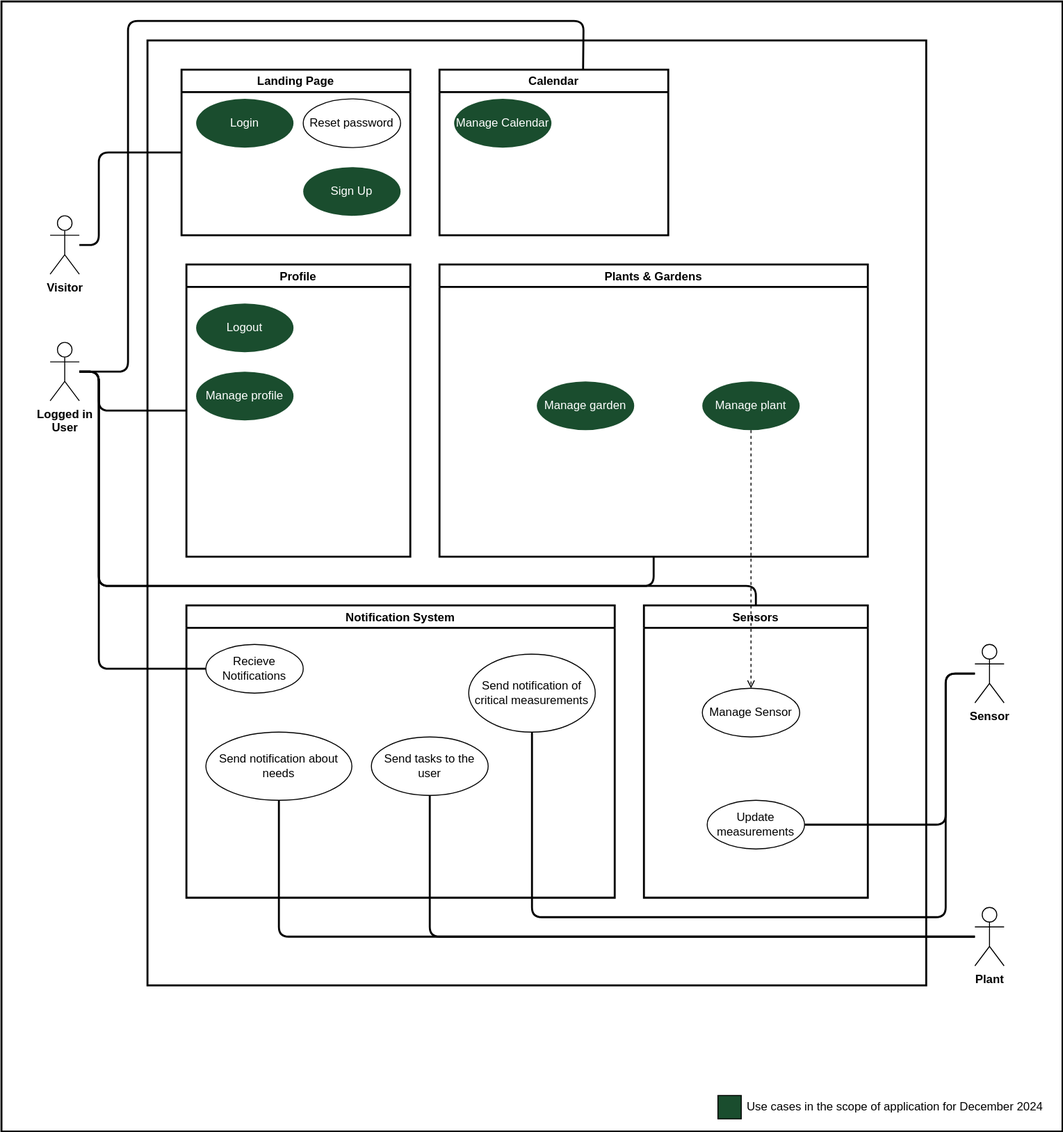
This is docs/assets/svg/GreenFingersUsecases.drawio.svg from Green-Fingers-App/gardeningApp, a draw.io export, as it was before one commit. Source tidied: cells renumbered, new cells last; positions are measured from the earlier drawing's top-left corner, leaving out a move shared by most shapes.
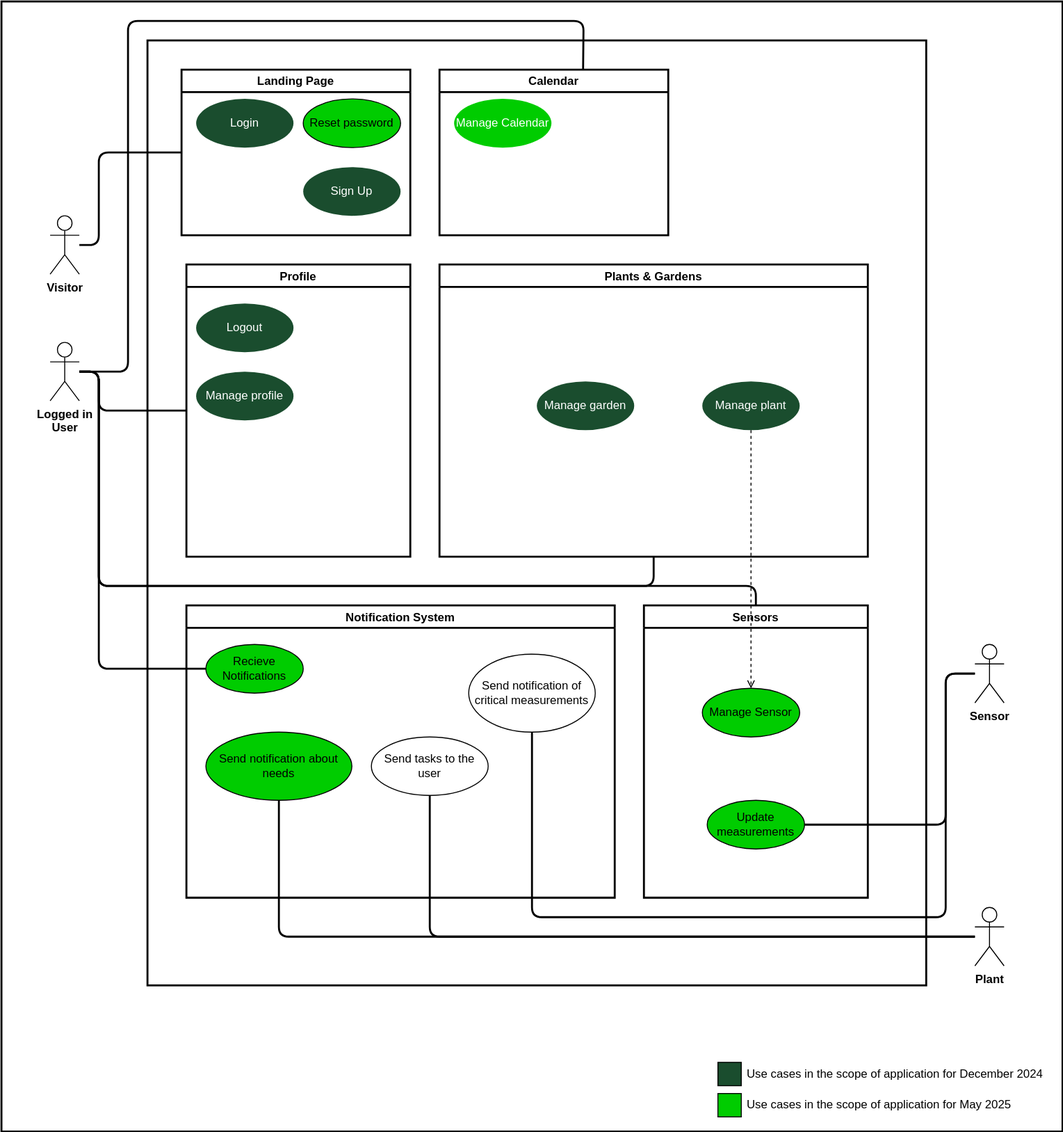
Above is the later version.

Commit message:
Updated scope colour scheme

What changed in the source:
```diff
@@ -9,10 +9,10 @@
       <mxGeometry width="1090" height="1160" as="geometry" />
     </mxCell>
     <mxCell id="4" value="&lt;font color=&quot;#000000&quot;&gt;Use cases in the scope of application for December 2024&lt;/font&gt;" style="text;html=1;strokeColor=none;fillColor=none;align=left;verticalAlign=middle;whiteSpace=wrap;rounded=0;" parent="1" vertex="1">
-      <mxGeometry x="764" y="1120" width="316" height="30" as="geometry" />
+      <mxGeometry x="764" y="1086" width="316" height="30" as="geometry" />
     </mxCell>
     <mxCell id="5" style="rounded=0;whiteSpace=wrap;html=1;fillColor=#1A4D2E;" parent="1" vertex="1">
-      <mxGeometry x="736" y="1123" width="24" height="24" as="geometry" />
+      <mxGeometry x="736" y="1089" width="24" height="24" as="geometry" />
     </mxCell>
     <mxCell id="6" style="whiteSpace=wrap;html=1;fillColor=#FFFFFF;strokeColor=#000000;strokeWidth=2;" parent="1" vertex="1">
       <mxGeometry x="150" y="40" width="800" height="970" as="geometry" />
@@ -125,19 +125,19 @@
     <mxCell id="27" value="Sign Up" style="ellipse;whiteSpace=wrap;html=1;verticalAlign=middle;strokeColor=none;align=center;fontFamily=Helvetica;fontSize=12;fontColor=#FFFFFF;fillColor=#1A4D2E;" parent="1" vertex="1">
       <mxGeometry x="310" y="170" width="100" height="50" as="geometry" />
     </mxCell>
-    <mxCell id="28" value="Recieve Notifications" style="ellipse;whiteSpace=wrap;html=1;verticalAlign=middle;fillColor=#FFFFFF;fontColor=#000000;strokeColor=default;" parent="1" vertex="1">
+    <mxCell id="28" value="Recieve Notifications" style="ellipse;whiteSpace=wrap;html=1;verticalAlign=middle;fillColor=#00CC00;fontColor=#000000;strokeColor=default;" parent="1" vertex="1">
       <mxGeometry x="210" y="660" width="100" height="50" as="geometry" />
     </mxCell>
     <mxCell id="29" value="Sensors" style="swimlane;strokeColor=#000000;strokeWidth=2;fillColor=#FFFFFF;fontColor=#000000;" parent="1" vertex="1">
       <mxGeometry x="660" y="620" width="230" height="300" as="geometry" />
     </mxCell>
-    <mxCell id="30" value="Manage Sensor" style="ellipse;whiteSpace=wrap;html=1;verticalAlign=middle;fontColor=#000000;fillColor=#FFFFFF;strokeColor=#000000;" parent="29" vertex="1">
+    <mxCell id="30" value="Manage Sensor" style="ellipse;whiteSpace=wrap;html=1;verticalAlign=middle;fontColor=#000000;fillColor=#00CC00;strokeColor=#000000;" parent="29" vertex="1">
       <mxGeometry x="60" y="85" width="100" height="50" as="geometry" />
     </mxCell>
-    <mxCell id="31" value="&lt;font&gt;Send notification about needs&lt;/font&gt;" style="ellipse;whiteSpace=wrap;html=1;verticalAlign=middle;fontColor=#000000;fillColor=#FFFFFF;strokeColor=default;" parent="1" vertex="1">
+    <mxCell id="31" value="&lt;font&gt;Send notification about needs&lt;/font&gt;" style="ellipse;whiteSpace=wrap;html=1;verticalAlign=middle;fontColor=#000000;fillColor=#00CC00;strokeColor=default;" parent="1" vertex="1">
       <mxGeometry x="210" y="750" width="150" height="70" as="geometry" />
     </mxCell>
-    <mxCell id="32" value="Update measurements" style="ellipse;whiteSpace=wrap;html=1;verticalAlign=middle;fontColor=#000000;fillColor=#FFFFFF;strokeColor=#000000;" parent="1" vertex="1">
+    <mxCell id="32" value="Update measurements" style="ellipse;whiteSpace=wrap;html=1;verticalAlign=middle;fontColor=#000000;fillColor=#00CC00;strokeColor=#000000;" parent="1" vertex="1">
       <mxGeometry x="725" y="820" width="100" height="50" as="geometry" />
     </mxCell>
     <mxCell id="33" value="Visitor" style="shape=umlActor;verticalLabelPosition=bottom;verticalAlign=top;html=1;fontStyle=1;" parent="1" vertex="1">
@@ -158,7 +158,7 @@
         </Array>
       </mxGeometry>
     </mxCell>
-    <mxCell id="37" value="Reset password" style="ellipse;whiteSpace=wrap;html=1;verticalAlign=middle;fontColor=#000000;fillColor=#FFFFFF;strokeColor=#000000;" parent="1" vertex="1">
+    <mxCell id="37" value="Reset password" style="ellipse;whiteSpace=wrap;html=1;verticalAlign=middle;fontColor=#000000;fillColor=#00CC00;strokeColor=#000000;" parent="1" vertex="1">
       <mxGeometry x="310" y="100" width="100" height="50" as="geometry" />
     </mxCell>
     <mxCell id="38" style="edgeStyle=none;html=1;exitX=0.5;exitY=1;exitDx=0;exitDy=0;endArrow=open;endFill=0;dashed=1;" parent="1" edge="1" source="10" target="30">
@@ -167,7 +167,7 @@
     <mxCell id="39" value="Calendar" style="swimlane;whiteSpace=wrap;html=1;fontStyle=1;strokeWidth=2;" parent="1" vertex="1">
       <mxGeometry x="450" y="70" width="235" height="170" as="geometry" />
     </mxCell>
-    <mxCell id="40" value="Manage Calendar" style="ellipse;whiteSpace=wrap;html=1;verticalAlign=middle;fillColor=#1A4D2E;fontColor=#FFFFFF;strokeColor=none;" parent="39" vertex="1">
+    <mxCell id="40" value="Manage Calendar" style="ellipse;whiteSpace=wrap;html=1;verticalAlign=middle;fillColor=#00CC00;fontColor=#FFFFFF;strokeColor=none;" parent="39" vertex="1">
       <mxGeometry x="15" y="30" width="100" height="50" as="geometry" />
     </mxCell>
     <mxCell id="41" style="edgeStyle=none;html=1;entryX=0.5;entryY=0;entryDx=0;entryDy=0;fontColor=#000000;strokeColor=#000000;endArrow=none;endFill=0;strokeWidth=2;" parent="1" edge="1">
@@ -182,5 +182,11 @@
         </Array>
       </mxGeometry>
     </mxCell>
+    <mxCell id="42" value="&lt;font color=&quot;#000000&quot;&gt;Use cases in the scope of application for May 2025&lt;/font&gt;" style="text;html=1;strokeColor=none;fillColor=none;align=left;verticalAlign=middle;whiteSpace=wrap;rounded=0;" parent="1" vertex="1">
+      <mxGeometry x="764" y="1118" width="316" height="30" as="geometry" />
+    </mxCell>
+    <mxCell id="43" style="rounded=0;whiteSpace=wrap;html=1;fillColor=#00CC00;" parent="1" vertex="1">
+      <mxGeometry x="736" y="1121" width="24" height="24" as="geometry" />
+    </mxCell>
   </root>
 </mxGraphModel>
```
